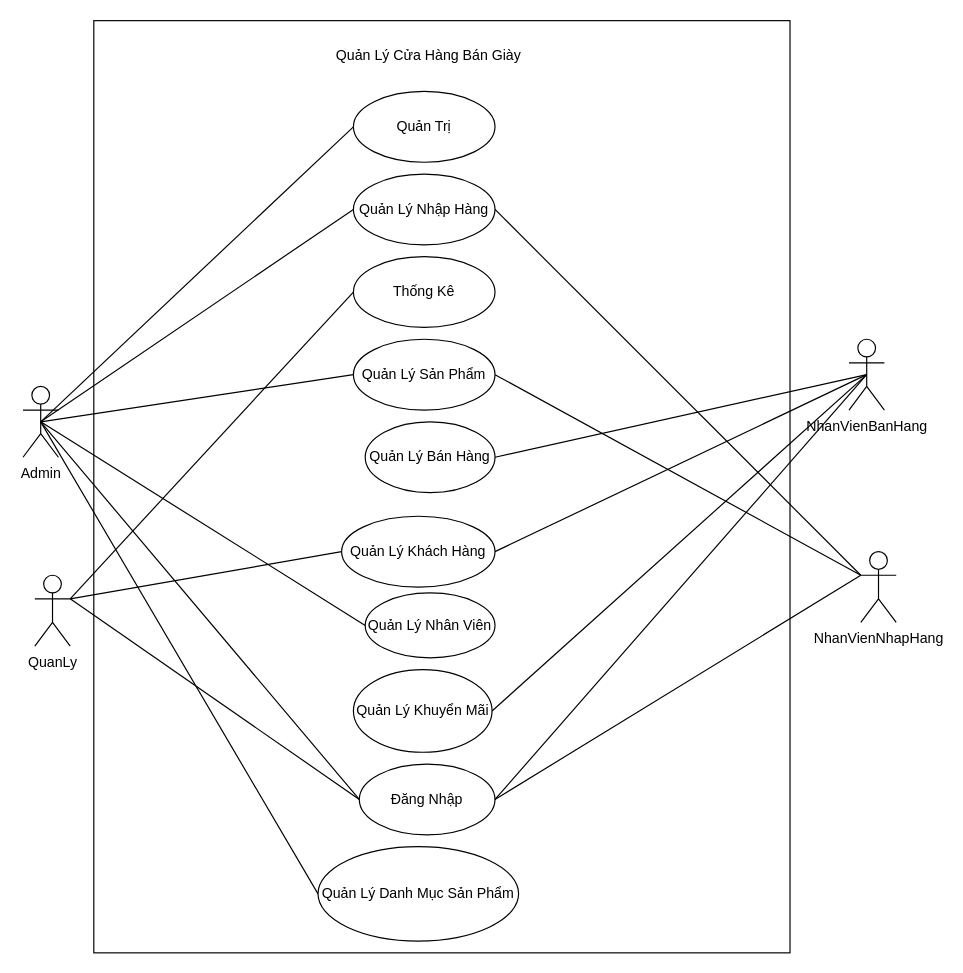
maivantai2003/Database keeps this draw.io diagram as UseCase3.drawio. Above is the earlier version. Source tidied: cells renumbered, new cells numbered last; positions are measured from the earlier drawing's top-left corner, leaving out a move shared by most shapes. Both pictures are drawn from the tidied source at 118%, with x=0, y=0 at pixel (22, 20).
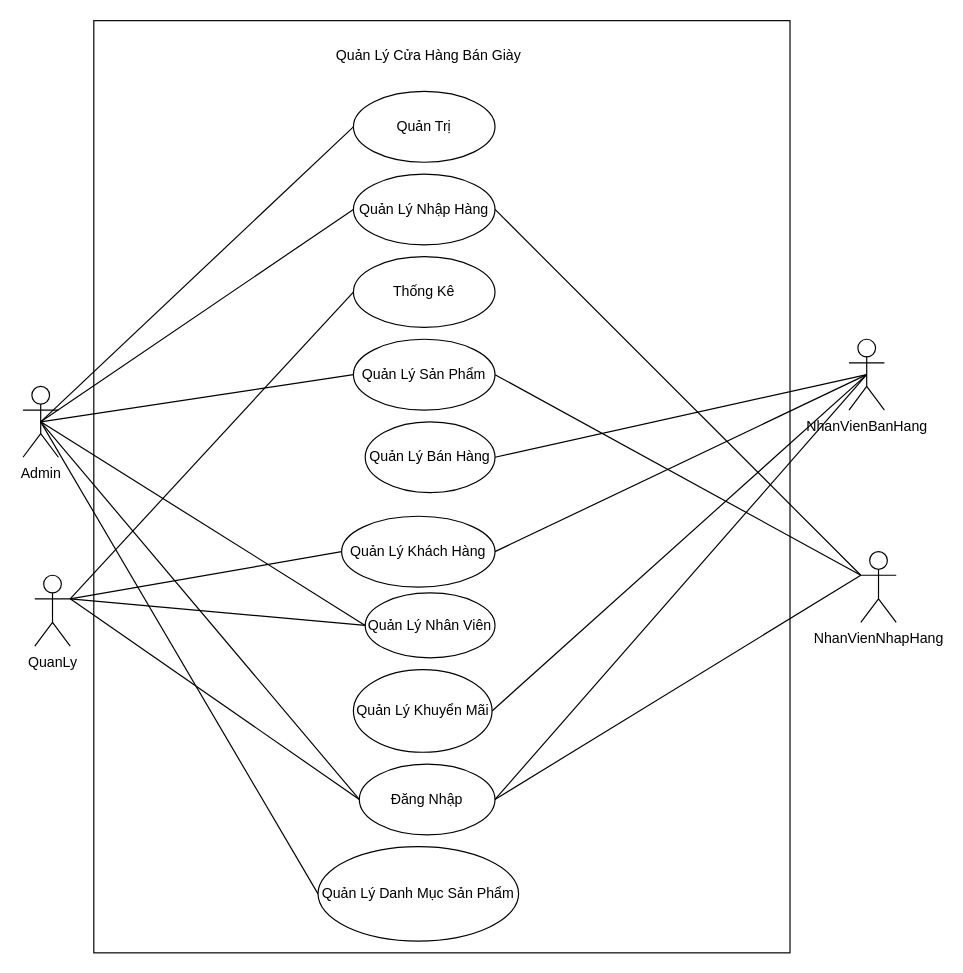
The same diagram, later.

Commit message:
Cập nhật UseCase3.drawio

Unchanged cells that the change refers to:
```xml
<mxCell id="6" value="QuanLy" style="shape=umlActor;verticalLabelPosition=bottom;verticalAlign=top;html=1;outlineConnect=0;" parent="1" vertex="1">
  <mxGeometry x="10" y="470" width="30" height="60" as="geometry" />
</mxCell>
<mxCell id="13" value="Quản Lý Nhân Viên" style="ellipse;whiteSpace=wrap;html=1;" parent="1" vertex="1">
  <mxGeometry x="290" y="485" width="110" height="55" as="geometry" />
</mxCell>
```

Diff of the diagram source:
```diff
@@
+    <mxCell id="34" style="endArrow=none;html=1;rounded=0;exitX=1;exitY=0.3333333333333333;exitDx=0;exitDy=0;exitPerimeter=0;entryX=0;entryY=0.5;entryDx=0;entryDy=0;endFill=0;" parent="1" edge="1" source="6" target="13">
+      <mxGeometry relative="1" as="geometry" />
+    </mxCell>
```
